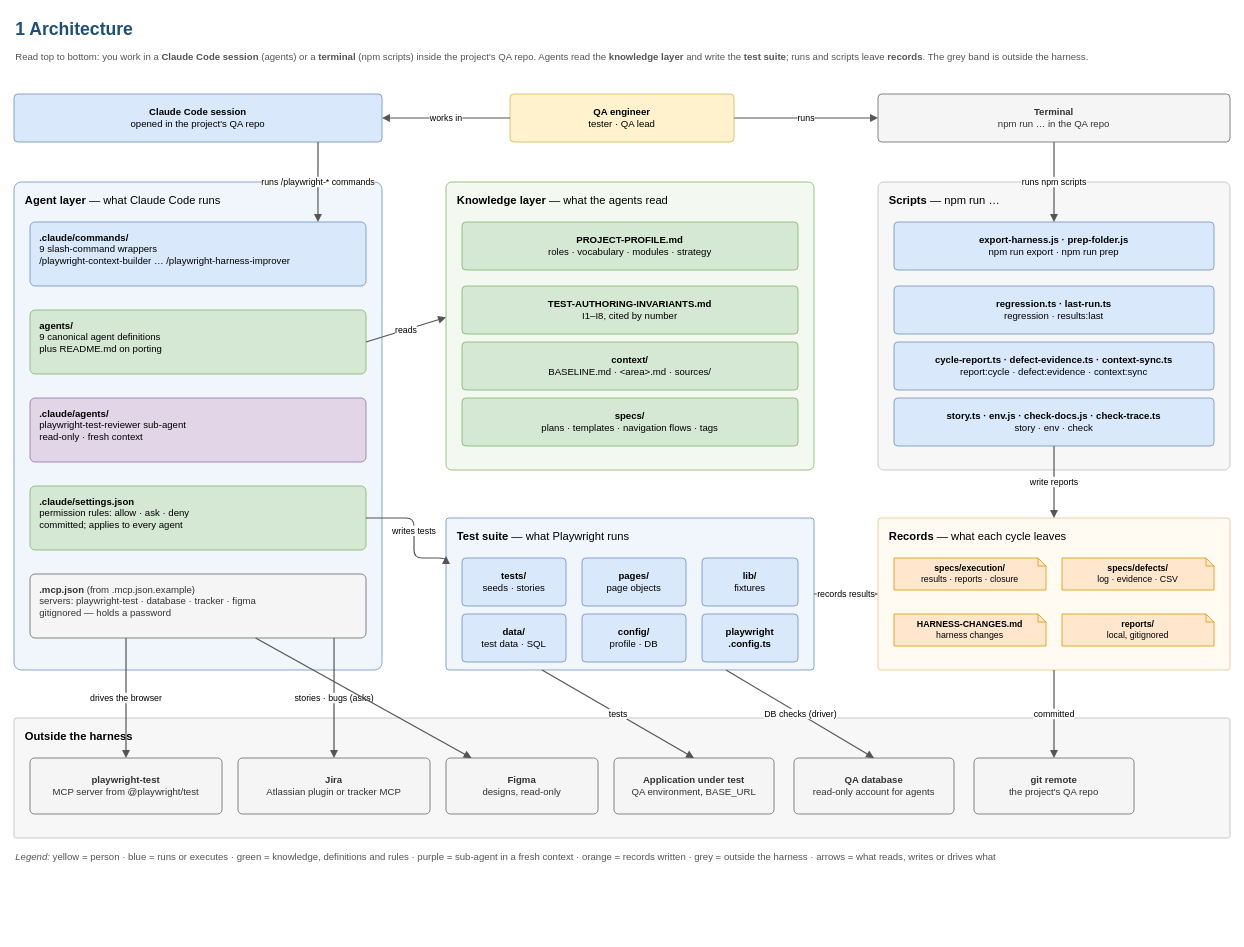
absjabed/ai-qa-harness keeps this draw.io diagram as page "1 Architecture" (1 of 14) of docs/harness-docs/diagrams/ai-qa-harness/ai-qa-harness.drawio. Above is the earlier version. Source tidied: cells renumbered, new cells numbered last; positions are measured from the earlier drawing's top-left corner, leaving out a move shared by most shapes. Both pictures are drawn from the tidied source at 80%, with x=0, y=0 at pixel (14, 14).
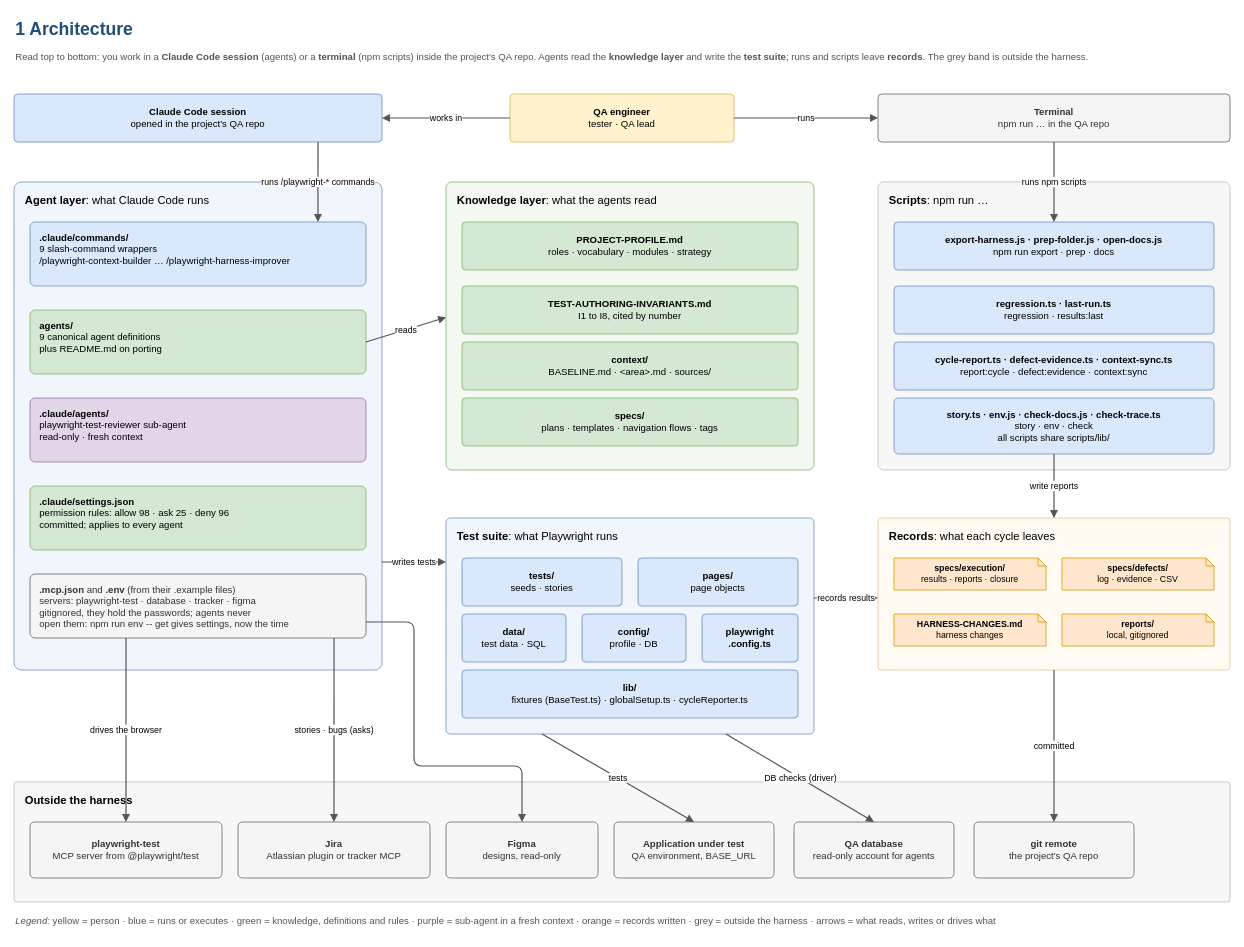
After the change.

What changed in the source:
```diff
@@
-    <mxCell id="9" value="&lt;b&gt;Agent layer&lt;/b&gt; — what Claude Code runs" style="fontFamily=Helvetica;html=1;whiteSpace=wrap;rounded=1;arcSize=2;verticalAlign=top;align=left;spacingLeft=12;spacingTop=8;fontSize=14;fillColor=#f0f6fc;strokeColor=#6c8ebf;" parent="1" vertex="1">
+    <mxCell id="9" value="&lt;b&gt;Agent layer&lt;/b&gt;: what Claude Code runs" style="fontFamily=Helvetica;html=1;whiteSpace=wrap;rounded=1;arcSize=2;verticalAlign=top;align=left;spacingLeft=12;spacingTop=8;fontSize=14;fillColor=#f0f6fc;strokeColor=#6c8ebf;" parent="1" vertex="1">
       <mxGeometry y="210" width="460" height="610" as="geometry" />
     </mxCell>
@@
-    <mxCell id="13" value="&lt;b&gt;.claude/settings.json&lt;/b&gt;&lt;br&gt;permission rules: allow · ask · deny&lt;br&gt;committed; applies to every agent" style="fontFamily=Helvetica;html=1;whiteSpace=wrap;rounded=1;arcSize=8;fillColor=#d5e8d4;strokeColor=#82b366;fontSize=12;align=left;verticalAlign=top;spacingLeft=10;spacingTop=6;spacingRight=6;" parent="1" vertex="1">
+    <mxCell id="13" value="&lt;b&gt;.claude/settings.json&lt;/b&gt;&lt;br&gt;permission rules: allow 98 · ask 25 · deny 96&lt;br&gt;committed; applies to every agent" style="fontFamily=Helvetica;html=1;whiteSpace=wrap;rounded=1;arcSize=8;fillColor=#d5e8d4;strokeColor=#82b366;fontSize=12;align=left;verticalAlign=top;spacingLeft=10;spacingTop=6;spacingRight=6;" parent="1" vertex="1">
       <mxGeometry x="20" y="590" width="420" height="80" as="geometry" />
     </mxCell>
-    <mxCell id="14" value="&lt;b&gt;.mcp.json&lt;/b&gt; (from .mcp.json.example)&lt;br&gt;servers: playwright-test · database · tracker · figma&lt;br&gt;gitignored — holds a password" style="fontFamily=Helvetica;html=1;whiteSpace=wrap;rounded=1;arcSize=8;fillColor=#f5f5f5;strokeColor=#666666;fontColor=#333333;fontSize=12;align=left;verticalAlign=top;spacingLeft=10;spacingTop=6;spacingRight=6;" parent="1" vertex="1">
+    <mxCell id="14" value="&lt;b&gt;.mcp.json&lt;/b&gt; and &lt;b&gt;.env&lt;/b&gt; (from their .example files)&lt;br&gt;servers: playwright-test · database · tracker · figma&lt;br&gt;gitignored, they hold the passwords; agents never&lt;br&gt;open them: npm run env -- get gives settings, now the time" style="fontFamily=Helvetica;html=1;whiteSpace=wrap;rounded=1;arcSize=8;fillColor=#f5f5f5;strokeColor=#666666;fontColor=#333333;fontSize=12;align=left;verticalAlign=top;spacingLeft=10;spacingTop=6;spacingRight=6;" parent="1" vertex="1">
       <mxGeometry x="20" y="700" width="420" height="80" as="geometry" />
     </mxCell>
-    <mxCell id="15" value="&lt;b&gt;Knowledge layer&lt;/b&gt; — what the agents read" style="fontFamily=Helvetica;html=1;whiteSpace=wrap;rounded=1;arcSize=2;verticalAlign=top;align=left;spacingLeft=12;spacingTop=8;fontSize=14;fillColor=#f3f9f1;strokeColor=#82b366;" parent="1" vertex="1">
+    <mxCell id="15" value="&lt;b&gt;Knowledge layer&lt;/b&gt;: what the agents read" style="fontFamily=Helvetica;html=1;whiteSpace=wrap;rounded=1;arcSize=2;verticalAlign=top;align=left;spacingLeft=12;spacingTop=8;fontSize=14;fillColor=#f3f9f1;strokeColor=#82b366;" parent="1" vertex="1">
       <mxGeometry x="540" y="210" width="460" height="360" as="geometry" />
     </mxCell>
@@
-    <mxCell id="17" value="&lt;b&gt;TEST-AUTHORING-INVARIANTS.md&lt;/b&gt;&lt;br&gt;I1–I8, cited by number" style="fontFamily=Helvetica;html=1;whiteSpace=wrap;rounded=1;arcSize=8;fillColor=#d5e8d4;strokeColor=#82b366;fontSize=12;" parent="1" vertex="1">
+    <mxCell id="17" value="&lt;b&gt;TEST-AUTHORING-INVARIANTS.md&lt;/b&gt;&lt;br&gt;I1 to I8, cited by number" style="fontFamily=Helvetica;html=1;whiteSpace=wrap;rounded=1;arcSize=8;fillColor=#d5e8d4;strokeColor=#82b366;fontSize=12;" parent="1" vertex="1">
       <mxGeometry x="560" y="340" width="420" height="60" as="geometry" />
     </mxCell>
@@
-    <mxCell id="20" value="&lt;b&gt;Scripts&lt;/b&gt; — npm run …" style="fontFamily=Helvetica;html=1;whiteSpace=wrap;rounded=1;arcSize=2;verticalAlign=top;align=left;spacingLeft=12;spacingTop=8;fontSize=14;fillColor=#f7f7f7;strokeColor=#bbbbbb;" parent="1" vertex="1">
+    <mxCell id="20" value="&lt;b&gt;Scripts&lt;/b&gt;: npm run …" style="fontFamily=Helvetica;html=1;whiteSpace=wrap;rounded=1;arcSize=2;verticalAlign=top;align=left;spacingLeft=12;spacingTop=8;fontSize=14;fillColor=#f7f7f7;strokeColor=#bbbbbb;" parent="1" vertex="1">
       <mxGeometry x="1080" y="210" width="440" height="360" as="geometry" />
     </mxCell>
-    <mxCell id="21" value="&lt;b&gt;export-harness.js · prep-folder.js&lt;/b&gt;&lt;br&gt;npm run export · npm run prep" style="fontFamily=Helvetica;html=1;whiteSpace=wrap;rounded=1;arcSize=8;fillColor=#dae8fc;strokeColor=#6c8ebf;fontSize=12;" parent="1" vertex="1">
+    <mxCell id="21" value="&lt;b&gt;export-harness.js · prep-folder.js · open-docs.js&lt;/b&gt;&lt;br&gt;npm run export · prep · docs" style="fontFamily=Helvetica;html=1;whiteSpace=wrap;rounded=1;arcSize=8;fillColor=#dae8fc;strokeColor=#6c8ebf;fontSize=12;" parent="1" vertex="1">
       <mxGeometry x="1100" y="260" width="400" height="60" as="geometry" />
     </mxCell>
@@
-    <mxCell id="24" value="&lt;b&gt;story.ts · env.js · check-docs.js · check-trace.ts&lt;/b&gt;&lt;br&gt;story · env · check" style="fontFamily=Helvetica;html=1;whiteSpace=wrap;rounded=1;arcSize=8;fillColor=#dae8fc;strokeColor=#6c8ebf;fontSize=12;" parent="1" vertex="1">
-      <mxGeometry x="1100" y="480" width="400" height="60" as="geometry" />
+    <mxCell id="24" value="&lt;b&gt;story.ts · env.js · check-docs.js · check-trace.ts&lt;/b&gt;&lt;br&gt;story · env · check&lt;br&gt;all scripts share scripts/lib/" style="fontFamily=Helvetica;html=1;whiteSpace=wrap;rounded=1;arcSize=8;fillColor=#dae8fc;strokeColor=#6c8ebf;fontSize=12;" parent="1" vertex="1">
+      <mxGeometry x="1100" y="480" width="400" height="70" as="geometry" />
     </mxCell>
-    <mxCell id="25" value="&lt;b&gt;Test suite&lt;/b&gt; — what Playwright runs" style="fontFamily=Helvetica;html=1;whiteSpace=wrap;rounded=1;arcSize=2;verticalAlign=top;align=left;spacingLeft=12;spacingTop=8;fontSize=14;fillColor=#f0f6fc;strokeColor=#6c8ebf;" parent="1" vertex="1">
-      <mxGeometry x="540" y="630" width="460" height="190" as="geometry" />
+    <mxCell id="25" value="&lt;b&gt;Test suite&lt;/b&gt;: what Playwright runs" style="fontFamily=Helvetica;html=1;whiteSpace=wrap;rounded=1;arcSize=2;verticalAlign=top;align=left;spacingLeft=12;spacingTop=8;fontSize=14;fillColor=#f0f6fc;strokeColor=#6c8ebf;" parent="1" vertex="1">
+      <mxGeometry x="540" y="630" width="460" height="270" as="geometry" />
     </mxCell>
     <mxCell id="26" value="&lt;b&gt;tests/&lt;/b&gt;&lt;br&gt;seeds · stories" style="fontFamily=Helvetica;html=1;whiteSpace=wrap;rounded=1;arcSize=8;fillColor=#dae8fc;strokeColor=#6c8ebf;fontSize=12;" parent="1" vertex="1">
-      <mxGeometry x="560" y="680" width="130" height="60" as="geometry" />
+      <mxGeometry x="560" y="680" width="200" height="60" as="geometry" />
     </mxCell>
     <mxCell id="27" value="&lt;b&gt;pages/&lt;/b&gt;&lt;br&gt;page objects" style="fontFamily=Helvetica;html=1;whiteSpace=wrap;rounded=1;arcSize=8;fillColor=#dae8fc;strokeColor=#6c8ebf;fontSize=12;" parent="1" vertex="1">
-      <mxGeometry x="710" y="680" width="130" height="60" as="geometry" />
+      <mxGeometry x="780" y="680" width="200" height="60" as="geometry" />
     </mxCell>
-    <mxCell id="28" value="&lt;b&gt;lib/&lt;/b&gt;&lt;br&gt;fixtures" style="fontFamily=Helvetica;html=1;whiteSpace=wrap;rounded=1;arcSize=8;fillColor=#dae8fc;strokeColor=#6c8ebf;fontSize=12;" parent="1" vertex="1">
-      <mxGeometry x="860" y="680" width="120" height="60" as="geometry" />
+    <mxCell id="28" value="&lt;b&gt;lib/&lt;/b&gt;&lt;br&gt;fixtures (BaseTest.ts) · globalSetup.ts · cycleReporter.ts" style="fontFamily=Helvetica;html=1;whiteSpace=wrap;rounded=1;arcSize=8;fillColor=#dae8fc;strokeColor=#6c8ebf;fontSize=12;" parent="1" vertex="1">
+      <mxGeometry x="560" y="820" width="420" height="60" as="geometry" />
     </mxCell>
@@
-    <mxCell id="32" value="&lt;b&gt;Records&lt;/b&gt; — what each cycle leaves" style="fontFamily=Helvetica;html=1;whiteSpace=wrap;rounded=1;arcSize=2;verticalAlign=top;align=left;spacingLeft=12;spacingTop=8;fontSize=14;fillColor=#fffaf2;strokeColor=#e3c48f;" parent="1" vertex="1">
+    <mxCell id="32" value="&lt;b&gt;Records&lt;/b&gt;: what each cycle leaves" style="fontFamily=Helvetica;html=1;whiteSpace=wrap;rounded=1;arcSize=2;verticalAlign=top;align=left;spacingLeft=12;spacingTop=8;fontSize=14;fillColor=#fffaf2;strokeColor=#e3c48f;" parent="1" vertex="1">
       <mxGeometry x="1080" y="630" width="440" height="190" as="geometry" />
     </mxCell>
@@
     <mxCell id="37" value="&lt;b&gt;Outside the harness&lt;/b&gt;" style="fontFamily=Helvetica;html=1;whiteSpace=wrap;rounded=1;arcSize=2;verticalAlign=top;align=left;spacingLeft=12;spacingTop=8;fontSize=14;fillColor=#f7f7f7;strokeColor=#bbbbbb;" parent="1" vertex="1">
-      <mxGeometry y="880" width="1520" height="150" as="geometry" />
+      <mxGeometry y="960" width="1520" height="150" as="geometry" />
     </mxCell>
     <mxCell id="38" value="&lt;b&gt;playwright-test&lt;/b&gt;&lt;br&gt;MCP server from @playwright/test" style="fontFamily=Helvetica;html=1;whiteSpace=wrap;rounded=1;arcSize=8;fillColor=#f5f5f5;strokeColor=#666666;fontColor=#333333;fontSize=12;" parent="1" vertex="1">
-      <mxGeometry x="20" y="930" width="240" height="70" as="geometry" />
+      <mxGeometry x="20" y="1010" width="240" height="70" as="geometry" />
     </mxCell>
     <mxCell id="39" value="&lt;b&gt;Jira&lt;/b&gt;&lt;br&gt;Atlassian plugin or tracker MCP" style="fontFamily=Helvetica;html=1;whiteSpace=wrap;rounded=1;arcSize=8;fillColor=#f5f5f5;strokeColor=#666666;fontColor=#333333;fontSize=12;" parent="1" vertex="1">
-      <mxGeometry x="280" y="930" width="240" height="70" as="geometry" />
+      <mxGeometry x="280" y="1010" width="240" height="70" as="geometry" />
     </mxCell>
     <mxCell id="40" value="&lt;b&gt;Application under test&lt;/b&gt;&lt;br&gt;QA environment, BASE_URL" style="fontFamily=Helvetica;html=1;whiteSpace=wrap;rounded=1;arcSize=8;fillColor=#f5f5f5;strokeColor=#666666;fontColor=#333333;fontSize=12;" parent="1" vertex="1">
-      <mxGeometry x="750" y="930" width="200" height="70" as="geometry" />
+      <mxGeometry x="750" y="1010" width="200" height="70" as="geometry" />
     </mxCell>
     <mxCell id="41" value="&lt;b&gt;QA database&lt;/b&gt;&lt;br&gt;read-only account for agents" style="fontFamily=Helvetica;html=1;whiteSpace=wrap;rounded=1;arcSize=8;fillColor=#f5f5f5;strokeColor=#666666;fontColor=#333333;fontSize=12;" parent="1" vertex="1">
-      <mxGeometry x="975" y="930" width="200" height="70" as="geometry" />
+      <mxGeometry x="975" y="1010" width="200" height="70" as="geometry" />
     </mxCell>
     <mxCell id="42" value="&lt;b&gt;git remote&lt;/b&gt;&lt;br&gt;the project's QA repo" style="fontFamily=Helvetica;html=1;whiteSpace=wrap;rounded=1;arcSize=8;fillColor=#f5f5f5;strokeColor=#666666;fontColor=#333333;fontSize=12;" parent="1" vertex="1">
-      <mxGeometry x="1200" y="930" width="200" height="70" as="geometry" />
+      <mxGeometry x="1200" y="1010" width="200" height="70" as="geometry" />
     </mxCell>
@@
-    <mxCell id="46" value="writes tests" style="endArrow=block;endFill=1;html=1;strokeColor=#555555;strokeWidth=1.5;fontSize=11;fontFamily=Helvetica;labelBackgroundColor=#ffffff;edgeStyle=orthogonalEdgeStyle;rounded=1;jettySize=auto;exitX=1;exitY=0.5;exitDx=0;exitDy=0;entryX=0;entryY=0.25;entryDx=0;entryDy=0;" parent="1" edge="1" source="13" target="25">
-      <mxGeometry relative="1" as="geometry">
-        <Array as="points">
-          <mxPoint x="500" y="630" />
-          <mxPoint x="500" y="680" />
-        </Array>
-      </mxGeometry>
+    <mxCell id="46" value="writes tests" style="endArrow=block;endFill=1;html=1;strokeColor=#555555;strokeWidth=1.5;fontSize=11;fontFamily=Helvetica;labelBackgroundColor=#ffffff;edgeStyle=orthogonalEdgeStyle;rounded=1;jettySize=auto;exitX=1;exitY=0.7787;exitDx=0;exitDy=0;entryX=0;entryY=0.2037;entryDx=0;entryDy=0;" parent="1" edge="1" source="9" target="25">
+      <mxGeometry relative="1" as="geometry" />
     </mxCell>
@@
-    <mxCell id="48" value="records results" style="endArrow=block;endFill=1;html=1;strokeColor=#555555;strokeWidth=1.5;fontSize=11;fontFamily=Helvetica;labelBackgroundColor=#ffffff;exitX=1;exitY=0.5;exitDx=0;exitDy=0;entryX=0;entryY=0.5;entryDx=0;entryDy=0;" parent="1" edge="1" source="25" target="32">
+    <mxCell id="48" value="records results" style="endArrow=block;endFill=1;html=1;strokeColor=#555555;strokeWidth=1.5;fontSize=11;fontFamily=Helvetica;labelBackgroundColor=#ffffff;exitX=1;exitY=0.3704;exitDx=0;exitDy=0;entryX=0;entryY=0.5263;entryDx=0;entryDy=0;" parent="1" edge="1" source="25" target="32">
       <mxGeometry relative="1" as="geometry" />
     </mxCell>
@@
     <mxCell id="53" value="committed" style="endArrow=block;endFill=1;html=1;strokeColor=#555555;strokeWidth=1.5;fontSize=11;fontFamily=Helvetica;labelBackgroundColor=#ffffff;edgeStyle=orthogonalEdgeStyle;rounded=1;jettySize=auto;exitX=0.5;exitY=1;exitDx=0;exitDy=0;entryX=0.5;entryY=0;entryDx=0;entryDy=0;" parent="1" edge="1" source="32" target="42">
       <mxGeometry relative="1" as="geometry">
         <Array as="points">
-          <mxPoint x="1300" y="860" />
+          <mxPoint x="1300" y="920" />
         </Array>
       </mxGeometry>
     </mxCell>
     <mxCell id="54" value="&lt;i&gt;Legend:&lt;/i&gt; yellow = person · blue = runs or executes · green = knowledge, definitions and rules · purple = sub-agent in a fresh context · orange = records written · grey = outside the harness · arrows = what reads, writes or drives what" style="fontFamily=Helvetica;html=1;whiteSpace=wrap;text;fontSize=12;fontColor=#555555;align=left;verticalAlign=top;" parent="1" vertex="1">
-      <mxGeometry y="1040" width="1520" height="30" as="geometry" />
+      <mxGeometry y="1120" width="1520" height="30" as="geometry" />
     </mxCell>
     <mxCell id="55" value="&lt;b&gt;Figma&lt;/b&gt;&lt;br&gt;designs, read-only" style="fontFamily=Helvetica;html=1;whiteSpace=wrap;rounded=1;arcSize=8;fillColor=#f5f5f5;strokeColor=#666666;fontColor=#333333;fontSize=12;" parent="1" vertex="1">
-      <mxGeometry x="540" y="930" width="190" height="70" as="geometry" />
+      <mxGeometry x="540" y="1010" width="190" height="70" as="geometry" />
     </mxCell>
-    <mxCell id="56" style="endArrow=block;endFill=1;html=1;strokeColor=#555555;strokeWidth=1.5;fontSize=11;fontFamily=Helvetica;labelBackgroundColor=#ffffff;" parent="1" edge="1" source="14" target="55">
-      <mxGeometry relative="1" as="geometry" />
+    <mxCell id="56" style="endArrow=block;endFill=1;html=1;strokeColor=#555555;strokeWidth=1.5;fontSize=11;fontFamily=Helvetica;labelBackgroundColor=#ffffff;edgeStyle=orthogonalEdgeStyle;rounded=1;jettySize=auto;exitX=1;exitY=0.75;exitDx=0;exitDy=0;entryX=0.5;entryY=0;entryDx=0;entryDy=0;" parent="1" edge="1" source="14" target="55">
+      <mxGeometry relative="1" as="geometry">
+        <Array as="points">
+          <mxPoint x="500" y="760" />
+          <mxPoint x="500" y="940" />
+          <mxPoint x="635" y="940" />
+        </Array>
+      </mxGeometry>
     </mxCell>
```
